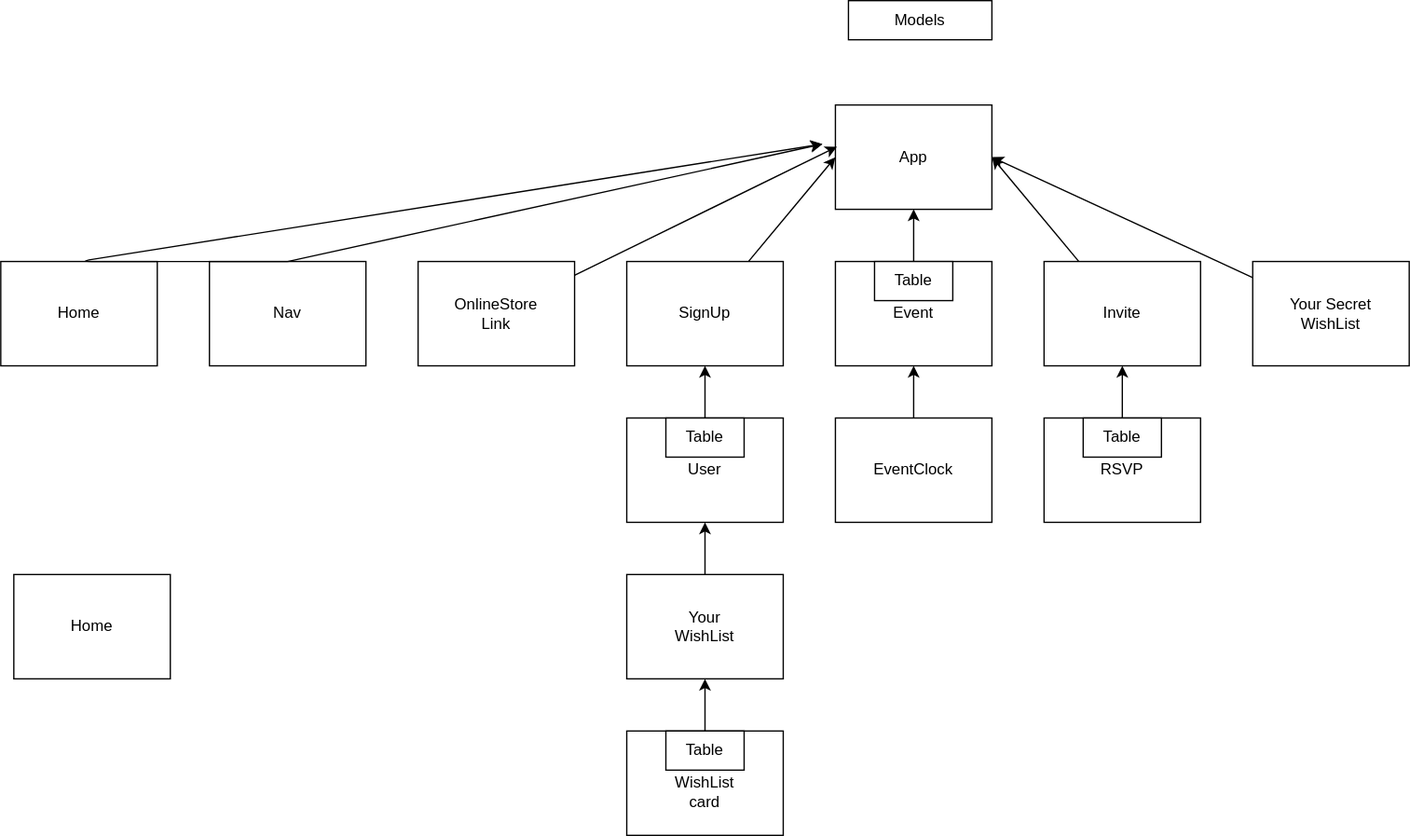
The draw.io diagram Diagram/.drawio.svg in ChloeCCPeng/Phase-4-project-secret-santa, before a commit. Source tidied: cells renumbered, new cells last; positions are measured from the earlier drawing's top-left corner, leaving out a move shared by most shapes.
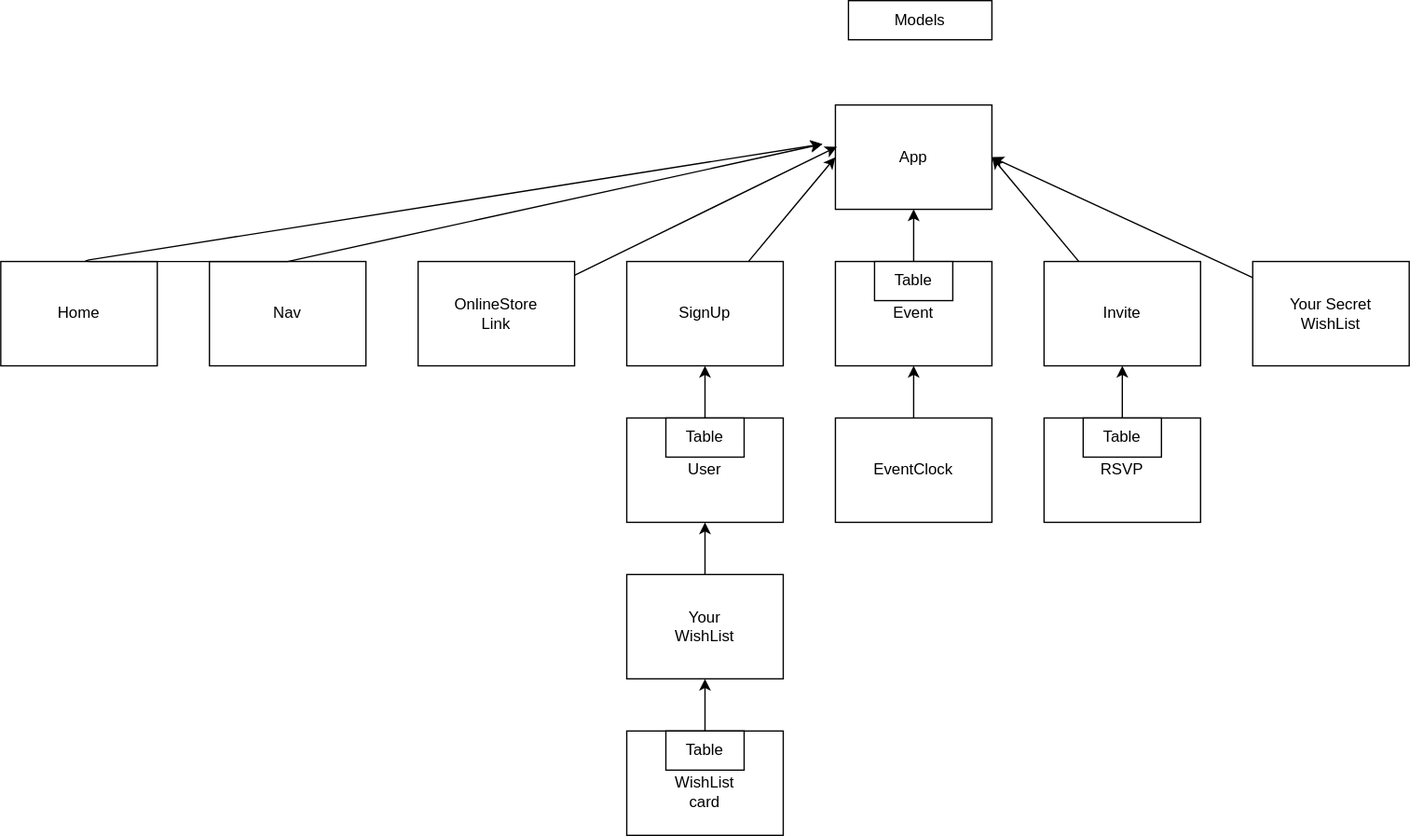
The same diagram one commit later.

What changed in the source:
```diff
@@ -86,9 +86,6 @@
         </Array>
       </mxGeometry>
     </mxCell>
-    <mxCell id="27" value="Home" style="rounded=0;whiteSpace=wrap;html=1;" parent="1" vertex="1">
-      <mxGeometry x="10" y="440" width="120" height="80" as="geometry" />
-    </mxCell>
     <mxCell id="28" value="Models" style="rounded=0;whiteSpace=wrap;html=1;" parent="1" vertex="1">
       <mxGeometry x="650" width="110" height="30" as="geometry" />
     </mxCell>
```
